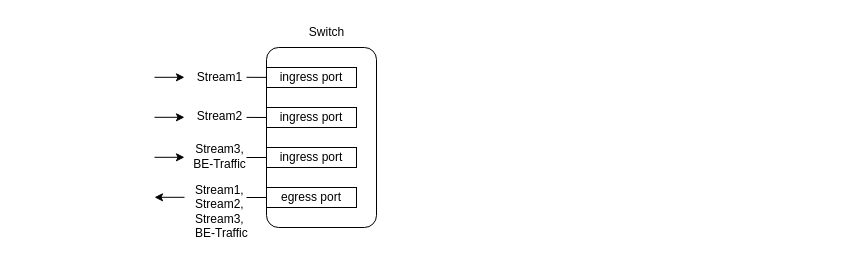
Earlier version of the draw.io diagram static/images/traffic-shaping-routing.drawio (avb-academy/avb_academy). Source tidied: cells renumbered, new cells numbered last; positions are measured from the earlier drawing's top-left corner, leaving out a move shared by most shapes. Both pictures are drawn from the tidied source at 100%, with x=0, y=0 at pixel (154, 17).
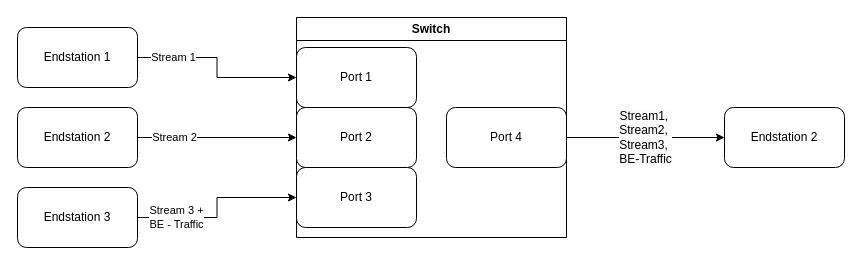
Above is the later version.

Diff of the diagram source:
```diff
@@
-    <mxCell id="2" style="rounded=1;whiteSpace=wrap;html=1;arcSize=11;" parent="1" vertex="1">
-      <mxGeometry x="112" y="30" width="110" height="180" as="geometry" />
-    </mxCell>
-    <mxCell id="3" style="endArrow=none;html=1;rounded=0;entryX=0;entryY=0.25;entryDx=0;entryDy=0;startFill=0;" parent="1" edge="1">
-      <mxGeometry relative="1" as="geometry">
-        <mxPoint x="92" y="140" as="sourcePoint" />
-        <mxPoint x="112" y="140" as="targetPoint" />
-      </mxGeometry>
-    </mxCell>
+    <mxCell id="20" value="Stream 1" style="edgeStyle=orthogonalEdgeStyle;rounded=0;jettySize=auto;html=1;exitX=1;exitY=0.5;exitDx=0;exitDy=0;entryX=0;entryY=0.5;entryDx=0;entryDy=0;" parent="1" edge="1" source="21" target="26">
+      <mxGeometry x="-0.6" relative="1" as="geometry" />
+    </mxCell>
+    <mxCell id="21" value="Endstation 1" style="rounded=1;whiteSpace=wrap;html=1;" parent="1" vertex="1">
+      <mxGeometry x="-137" y="10" width="120" height="60" as="geometry" />
+    </mxCell>
+    <mxCell id="22" value="Stream 2" style="edgeStyle=orthogonalEdgeStyle;rounded=0;jettySize=auto;html=1;exitX=1;exitY=0.5;exitDx=0;exitDy=0;" parent="1" edge="1" source="23" target="27">
+      <mxGeometry x="-0.53" relative="1" as="geometry" />
+    </mxCell>
+    <mxCell id="23" value="Endstation 2" style="rounded=1;whiteSpace=wrap;html=1;" parent="1" vertex="1">
+      <mxGeometry x="-137" y="90" width="120" height="60" as="geometry" />
+    </mxCell>
+    <mxCell id="24" value="Stream 3 +&lt;br&gt;&lt;div&gt;BE - Traffic&lt;/div&gt;" style="edgeStyle=orthogonalEdgeStyle;rounded=0;jettySize=auto;html=1;exitX=1;exitY=0.5;exitDx=0;exitDy=0;entryX=0;entryY=0.5;entryDx=0;entryDy=0;" parent="1" edge="1" source="25" target="28">
+      <mxGeometry x="-0.56" relative="1" as="geometry" />
+    </mxCell>
+    <mxCell id="25" value="Endstation 3" style="rounded=1;whiteSpace=wrap;html=1;" parent="1" vertex="1">
+      <mxGeometry x="-137" y="170" width="120" height="60" as="geometry" />
+    </mxCell>
-    <mxCell id="4" value="Switch" style="text;html=1;align=center;verticalAlign=middle;strokeColor=none;fillColor=none;" parent="1" vertex="1">
-      <mxGeometry x="142" width="60" height="30" as="geometry" />
+    <mxCell id="4" value="Switch" style="swimlane;whiteSpace=wrap;html=1;" parent="1" vertex="1">
+      <mxGeometry x="142" width="270" height="220" as="geometry" />
     </mxCell>
-    <mxCell id="5" value="egress port" style="rounded=0;whiteSpace=wrap;html=1;" parent="1" vertex="1">
-      <mxGeometry x="112" y="170" width="90" height="20" as="geometry" />
-    </mxCell>
-    <mxCell id="6" value="ingress port" style="rounded=0;whiteSpace=wrap;html=1;" parent="1" vertex="1">
-      <mxGeometry x="112" y="50" width="90" height="20" as="geometry" />
-    </mxCell>
-    <mxCell id="7" value="ingress port" style="rounded=0;whiteSpace=wrap;html=1;" parent="1" vertex="1">
-      <mxGeometry x="112" y="90" width="90" height="20" as="geometry" />
-    </mxCell>
-    <mxCell id="8" value="ingress port" style="rounded=0;whiteSpace=wrap;html=1;" parent="1" vertex="1">
-      <mxGeometry x="112" y="130" width="90" height="20" as="geometry" />
-    </mxCell>
-    <mxCell id="9" style="endArrow=none;html=1;rounded=0;entryX=0;entryY=0.5;entryDx=0;entryDy=0;startArrow=none;startFill=0;" parent="1" edge="1" target="5">
-      <mxGeometry relative="1" as="geometry">
-        <mxPoint x="92" y="180" as="sourcePoint" />
-      </mxGeometry>
-    </mxCell>
-    <mxCell id="10" value="Stream3,&lt;div&gt;BE-Traffic&lt;/div&gt;" style="text;html=1;align=center;verticalAlign=middle;strokeColor=none;fillColor=none;" parent="1" vertex="1">
-      <mxGeometry x="25" y="119" width="80" height="40" as="geometry" />
-    </mxCell>
+    <mxCell id="26" value="Port 1" style="rounded=1;whiteSpace=wrap;html=1;" parent="4" vertex="1">
+      <mxGeometry y="30" width="120" height="60" as="geometry" />
+    </mxCell>
+    <mxCell id="27" value="Port 2" style="rounded=1;whiteSpace=wrap;html=1;" parent="4" vertex="1">
+      <mxGeometry y="90" width="120" height="60" as="geometry" />
+    </mxCell>
+    <mxCell id="28" value="Port 3" style="rounded=1;whiteSpace=wrap;html=1;" parent="4" vertex="1">
+      <mxGeometry y="150" width="120" height="60" as="geometry" />
+    </mxCell>
+    <mxCell id="29" value="Port 4" style="rounded=1;whiteSpace=wrap;html=1;" parent="4" vertex="1">
+      <mxGeometry x="150" y="90" width="120" height="60" as="geometry" />
+    </mxCell>
+    <mxCell id="30" value="Endstation 2" style="rounded=1;whiteSpace=wrap;html=1;" parent="1" vertex="1">
+      <mxGeometry x="570" y="90" width="120" height="60" as="geometry" />
+    </mxCell>
-    <mxCell id="11" value="Stream1,&amp;nbsp;&lt;div&gt;&lt;span style=&quot;background-color: transparent; color: light-dark(rgb(0, 0, 0), rgb(255, 255, 255));&quot;&gt;Stream2,&amp;nbsp;&lt;/span&gt;&lt;div&gt;&lt;span style=&quot;background-color: transparent; color: light-dark(rgb(0, 0, 0), rgb(255, 255, 255));&quot;&gt;Stream3,&lt;/span&gt;&lt;/div&gt;&lt;/div&gt;&lt;div&gt;BE-Traffic&lt;/div&gt;" style="text;html=1;align=left;verticalAlign=middle;strokeColor=none;fillColor=none;" parent="1" vertex="1">
-      <mxGeometry x="39" y="159" width="80" height="70" as="geometry" />
+    <mxCell id="11" value="&lt;span style=&quot;font-size: 12px; text-align: left; background-color: rgb(251, 251, 251);&quot;&gt;Stream1,&amp;nbsp;&lt;/span&gt;&lt;div style=&quot;font-size: 12px; text-align: left; background-color: rgb(251, 251, 251);&quot;&gt;&lt;span style=&quot;background-color: transparent; color: light-dark(rgb(0, 0, 0), rgb(255, 255, 255));&quot;&gt;Stream2,&amp;nbsp;&lt;/span&gt;&lt;div&gt;&lt;span style=&quot;background-color: transparent; color: light-dark(rgb(0, 0, 0), rgb(255, 255, 255));&quot;&gt;Stream3,&lt;/span&gt;&lt;/div&gt;&lt;/div&gt;&lt;div style=&quot;font-size: 12px; text-align: left; background-color: rgb(251, 251, 251);&quot;&gt;BE-Traffic&lt;/div&gt;" style="edgeStyle=orthogonalEdgeStyle;rounded=0;jettySize=auto;html=1;exitX=1;exitY=0.5;exitDx=0;exitDy=0;entryX=0;entryY=0.5;entryDx=0;entryDy=0;" parent="1" edge="1" source="29" target="30">
+      <mxGeometry relative="1" as="geometry" />
     </mxCell>
-    <mxCell id="12" style="endArrow=none;html=1;rounded=0;entryX=0.429;entryY=1;entryDx=0;entryDy=0;entryPerimeter=0;endFill=1;startFill=1;startArrow=classic;" parent="1" edge="1">
-      <mxGeometry relative="1" as="geometry">
-        <mxPoint x="30" y="139.8" as="sourcePoint" />
-        <mxPoint y="139.8" as="targetPoint" />
-      </mxGeometry>
-    </mxCell>
-    <mxCell id="13" value="Stream2" style="text;html=1;align=center;verticalAlign=middle;strokeColor=none;fillColor=none;" parent="1" vertex="1">
-      <mxGeometry x="30" y="84" width="70" height="30" as="geometry" />
-    </mxCell>
-    <mxCell id="14" style="endArrow=none;html=1;rounded=0;entryX=0.429;entryY=1;entryDx=0;entryDy=0;entryPerimeter=0;endFill=1;startFill=1;startArrow=classic;" parent="1" edge="1">
-      <mxGeometry relative="1" as="geometry">
-        <mxPoint x="30" y="99.8" as="sourcePoint" />
-        <mxPoint y="99.8" as="targetPoint" />
-      </mxGeometry>
-    </mxCell>
-    <mxCell id="15" style="endArrow=none;html=1;rounded=0;startFill=0;" parent="1" edge="1">
-      <mxGeometry relative="1" as="geometry">
-        <mxPoint x="92" y="99.9" as="sourcePoint" />
-        <mxPoint x="112" y="100" as="targetPoint" />
-      </mxGeometry>
-    </mxCell>
-    <mxCell id="16" value="Stream1" style="text;html=1;align=center;verticalAlign=middle;strokeColor=none;fillColor=none;" parent="1" vertex="1">
-      <mxGeometry x="30" y="45" width="70" height="30" as="geometry" />
-    </mxCell>
-    <mxCell id="17" style="endArrow=none;html=1;rounded=0;entryX=0.429;entryY=1;entryDx=0;entryDy=0;entryPerimeter=0;endFill=1;startFill=1;startArrow=classic;" parent="1" edge="1">
-      <mxGeometry relative="1" as="geometry">
-        <mxPoint x="30" y="59.8" as="sourcePoint" />
-        <mxPoint y="59.8" as="targetPoint" />
-      </mxGeometry>
-    </mxCell>
-    <mxCell id="18" style="endArrow=classic;html=1;rounded=0;entryX=0.429;entryY=1;entryDx=0;entryDy=0;entryPerimeter=0;endFill=1;startFill=0;startArrow=none;" parent="1" edge="1">
-      <mxGeometry relative="1" as="geometry">
-        <mxPoint x="30" y="179.8" as="sourcePoint" />
-        <mxPoint y="179.8" as="targetPoint" />
-      </mxGeometry>
-    </mxCell>
-    <mxCell id="19" style="endArrow=none;html=1;rounded=0;startFill=0;" parent="1" edge="1">
-      <mxGeometry relative="1" as="geometry">
-        <mxPoint x="92" y="59.8" as="sourcePoint" />
-        <mxPoint x="112" y="59.9" as="targetPoint" />
-      </mxGeometry>
-    </mxCell>
```
